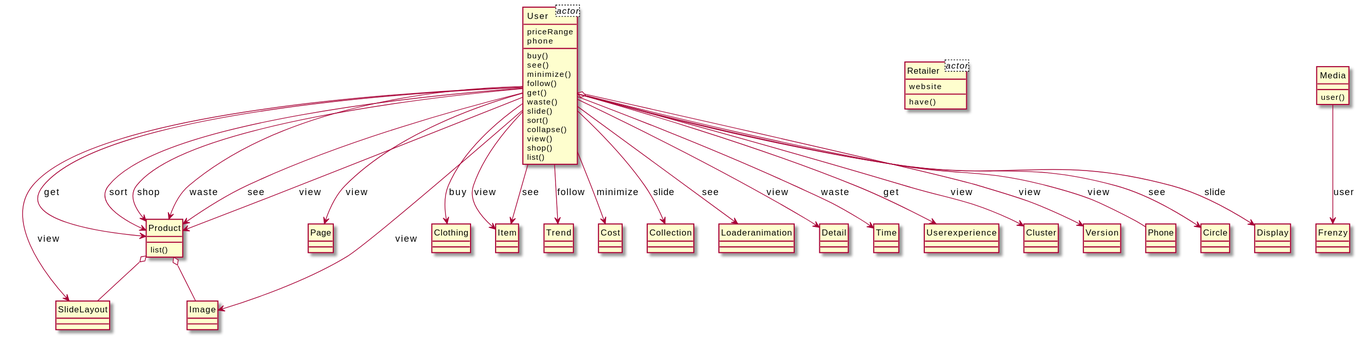
Above: output/diagram_5/2016-USC-Project01.svg in xixixhalu/DomainModelExtractor (PlantUML), before the change.
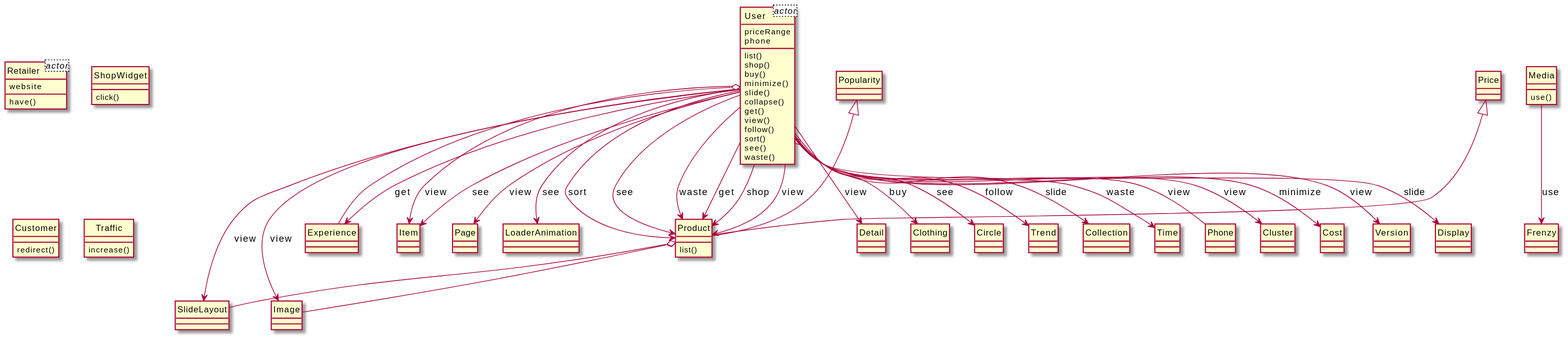
After the commit.

Change to the diagram source:
```diff
@@ -11,86 +11,102 @@
 }
 class Image {
 }
+class Experience {
+}
 class User {
+	list()
+	shop()
 	buy()
+	minimize()
+	slide()
+	collapse()
+	get()
+	view()
+	follow()
+	sort()
 	see()
-	minimize()
-	follow()
-	get()
 	waste()
-	slide()
-	sort()
-	collapse()
-	view()
-	shop()
-	list()
+}
+class Item {
 }
 class Page {
+}
+class LoaderAnimation {
 }
 class Product {
 	list()
 }
+class Detail {
+}
 class Clothing {
 }
+class ShopWidget {
+	click()
+}
+class Customer {
+	redirect()
+}
+class Circle {
+}
+class Trend {
+}
+class Collection {
+}
+class Time {
+}
 class Media {
-	user()
+	use()
 }
 class Frenzy {
 }
-class Item {
+class Phone {
 }
-class Trend {
+class Cluster {
 }
 class Cost {
 }
-class Collection {
+class Version {
 }
-class Loaderanimation {
+class Traffic {
+	increase()
 }
 class Retailer {
 	have()
 }
-class Detail {
-}
-class Time {
-}
-class Userexperience {
-}
-class Cluster {
-}
-class Version {
-}
-class Phone {
-}
-class Circle {
-}
 class Display {
 }
+class Popularity {
+}
+class Price {
+}
+User --> SlideLayout : view
+Product o-- Image
+User --> Detail : view
+User o-- Phone : view
+User --> Product : get
+User --> Clothing : buy
+User --> Image : view
 User --> Product : shop
-User --> Product : waste
-User --> Clothing : buy
+User --> Product : view
+User --> Cluster : view
+User --> Circle : see
+User --> Cost : minimize
+User --> Item : see
+User --> Trend : follow
+User --> Version : view
+User --> Product : sort
 User --> Product : see
-User --> Version : view
-User --> Trend : follow
-User o-- Phone : view
-User --> Cost : minimize
-User --> Product : view
-User --> Circle : see
+User --> Page : view
+Popularity <|-- Product
 User --> Collection : slide
+User --> Time : waste
 User --> Display : slide
-User --> Product : get
-User --> Product : sort
-User --> Loaderanimation : see
-User --> SlideLayout : view
+User --> Experience : get
+Price <|-- Product
 User --> Item : view
 Product o-- SlideLayout
-User --> Item : see
-Product o-- Image
-User --> Detail : view
-User --> Cluster : view
-User --> Image : view
-User --> Time : waste
-User --> Userexperience : get
-Media --> Frenzy : user
-User --> Page : view
+Media --> Frenzy : use
+User --> Product : waste
+User --> LoaderAnimation : see
+User o-- Experience
 @enduml
```
